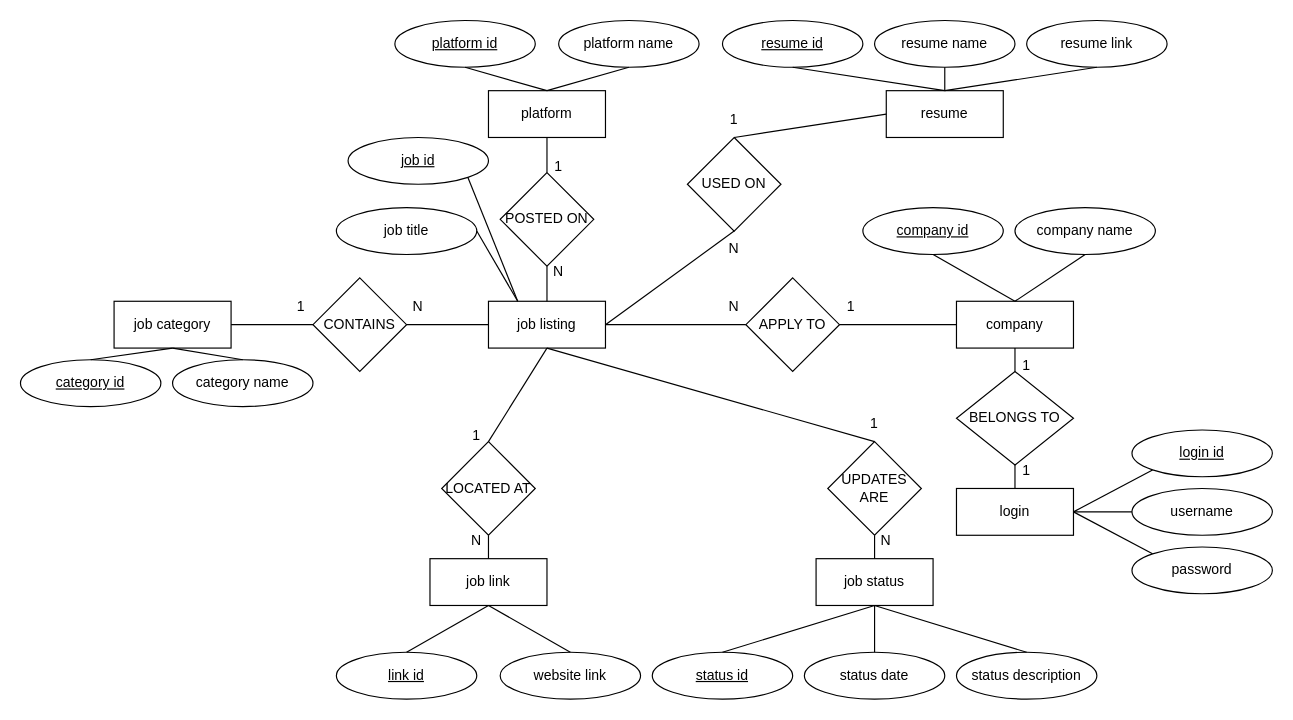
The draw.io diagram documentation/jobapps-db-diagram.drawio in AmmarMohammed01/JobAppsTracker, before the edit. Source tidied: cells renumbered, new cells numbered last; positions are measured from the earlier drawing's top-left corner, leaving out a move shared by most shapes. Both pictures are drawn from the tidied source at 117%, with x=0, y=0 at pixel (20, 20).
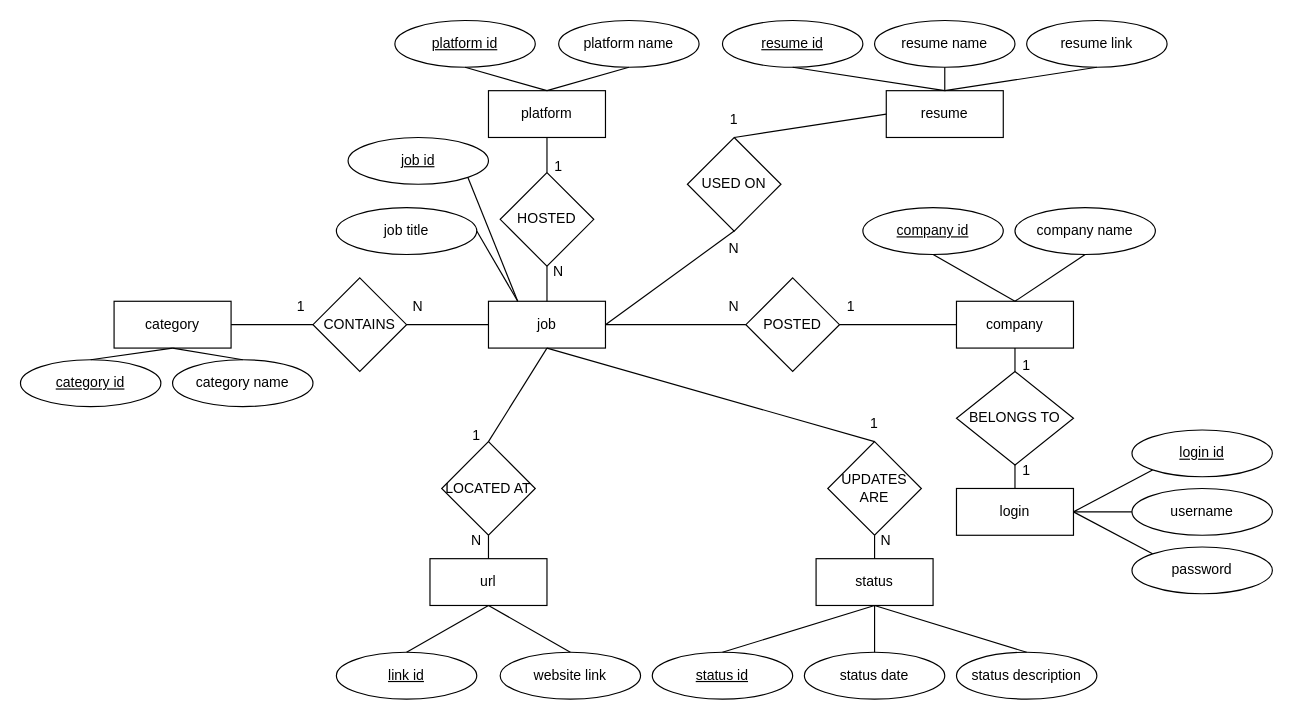
After the change.

Commit message (it also covers changes not shown here):
Planning program workflow in: documentation/todo.md.   Updated db diagram. db_select_job_id() added.

Diff of the diagram source:
```diff
@@
-    <mxCell id="7" value="job listing" style="rounded=0;whiteSpace=wrap;html=1;" parent="1" vertex="1">
+    <mxCell id="7" value="job" style="rounded=0;whiteSpace=wrap;html=1;" parent="1" vertex="1">
       <mxGeometry x="400" y="240" width="100" height="40" as="geometry" />
     </mxCell>
-    <mxCell id="8" value="job status" style="rounded=0;whiteSpace=wrap;html=1;" parent="1" vertex="1">
+    <mxCell id="8" value="status" style="rounded=0;whiteSpace=wrap;html=1;" parent="1" vertex="1">
       <mxGeometry x="680" y="460" width="100" height="40" as="geometry" />
     </mxCell>
@@
-    <mxCell id="11" value="job link" style="rounded=0;whiteSpace=wrap;html=1;" parent="1" vertex="1">
+    <mxCell id="11" value="url" style="rounded=0;whiteSpace=wrap;html=1;" parent="1" vertex="1">
       <mxGeometry x="350" y="460" width="100" height="40" as="geometry" />
     </mxCell>
@@
-    <mxCell id="36" value="APPLY TO" style="rhombus;whiteSpace=wrap;html=1;shapeInside=1;" parent="1" vertex="1">
+    <mxCell id="36" value="POSTED" style="rhombus;whiteSpace=wrap;html=1;shapeInside=1;" parent="1" vertex="1">
       <mxGeometry x="620" y="220" width="80" height="80" as="geometry" />
     </mxCell>
-    <mxCell id="37" value="POSTED ON" style="rhombus;whiteSpace=wrap;html=1;shapeInside=1;" parent="1" vertex="1">
+    <mxCell id="37" value="HOSTED" style="rhombus;whiteSpace=wrap;html=1;shapeInside=1;" parent="1" vertex="1">
       <mxGeometry x="410" y="130" width="80" height="80" as="geometry" />
     </mxCell>
@@
-    <mxCell id="73" value="job category" style="rounded=0;whiteSpace=wrap;html=1;" parent="1" vertex="1">
+    <mxCell id="73" value="category" style="rounded=0;whiteSpace=wrap;html=1;" parent="1" vertex="1">
       <mxGeometry x="80" y="240" width="100" height="40" as="geometry" />
     </mxCell>
```
